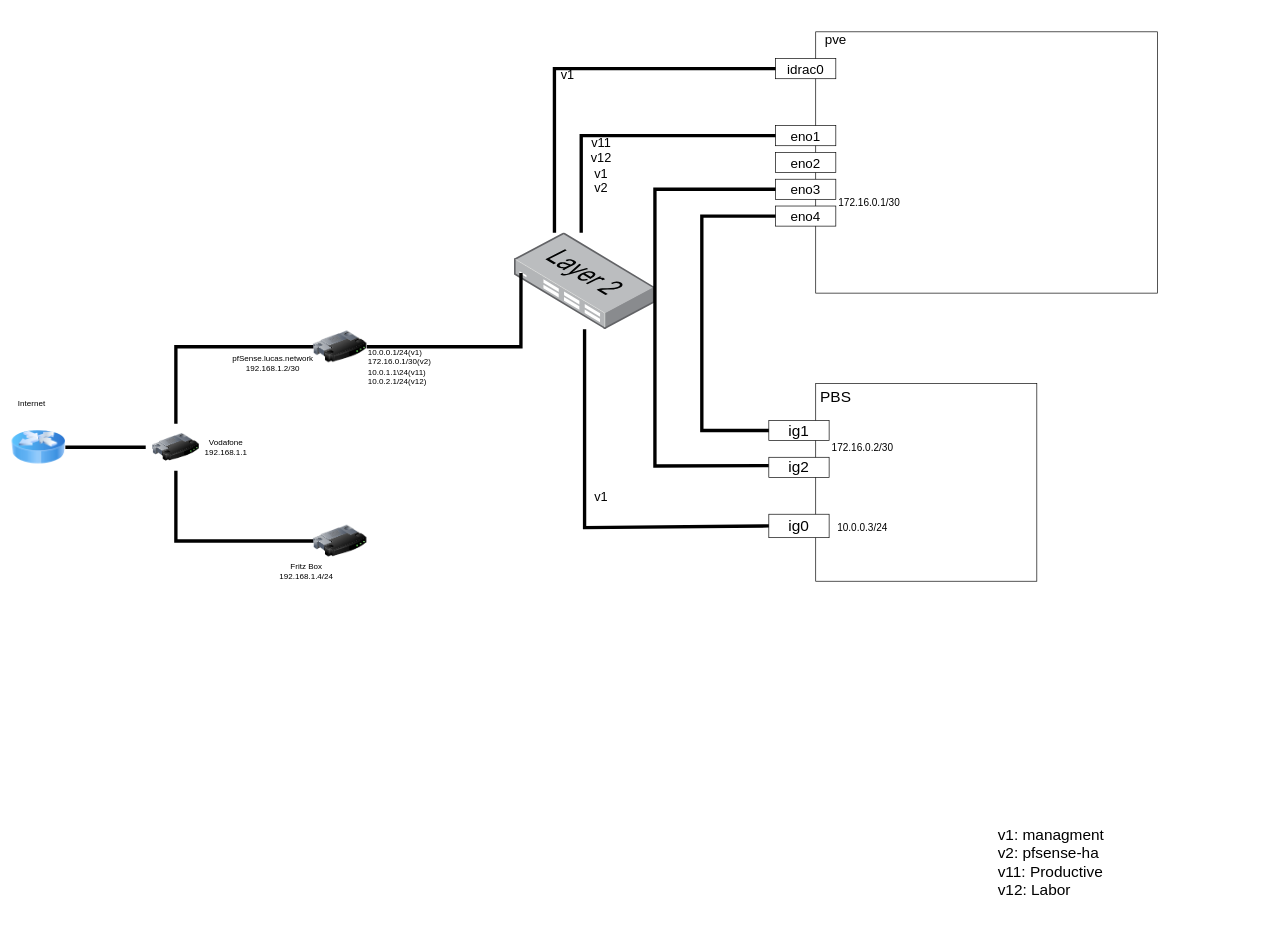
Before: Untitled Diagram.drawio in lucpfi/homelab, a draw.io diagram. Source tidied: cells renumbered, new cells numbered last; positions are measured from the earlier drawing's top-left corner, leaving out a move shared by most shapes. Both pictures are drawn from the tidied source at 67%, with x=0, y=0 at pixel (11, 11).
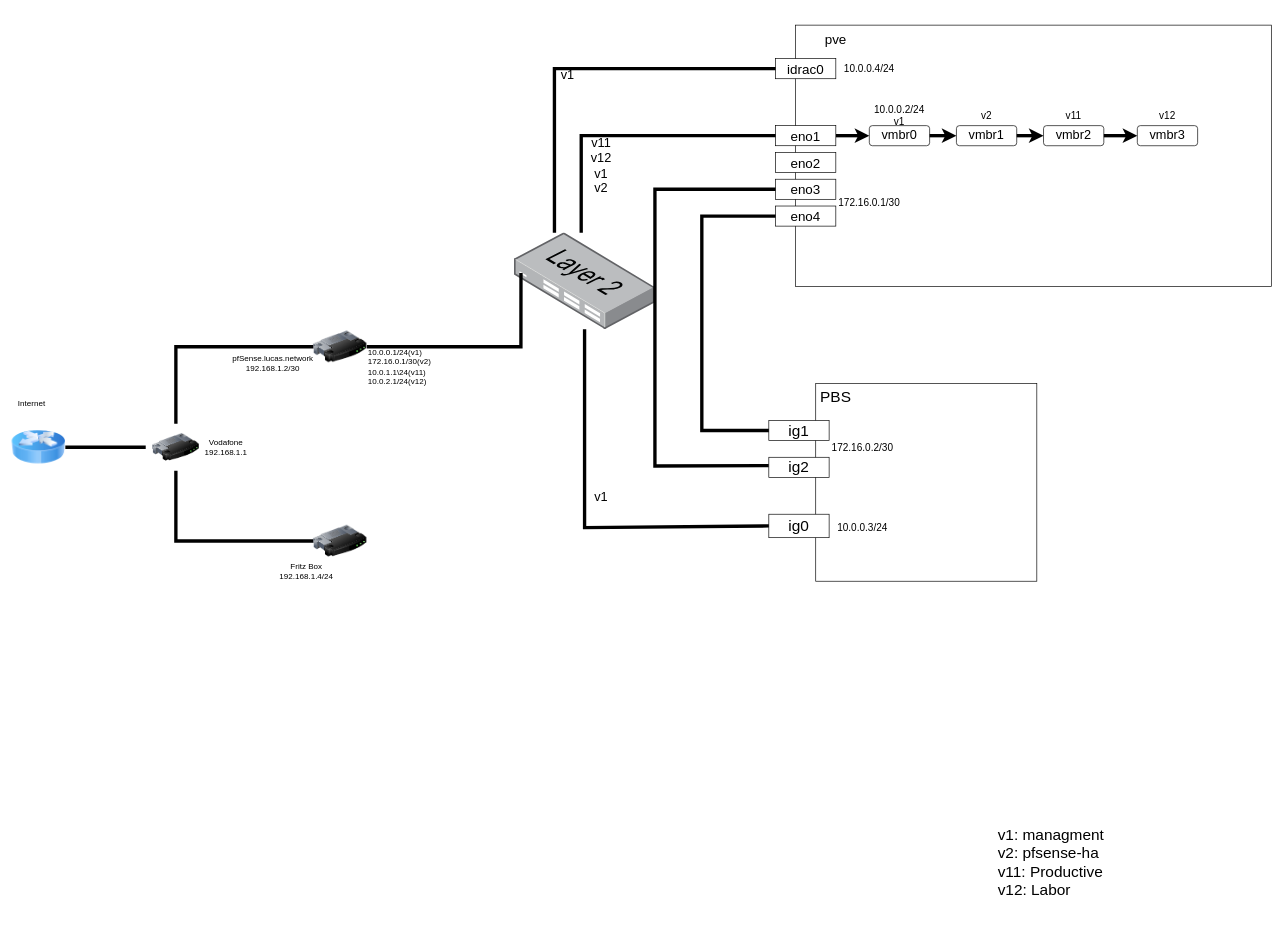
The same diagram, later.

The change refers to these unchanged cells:
```xml
<mxCell id="17" value="eno1" style="rounded=0;whiteSpace=wrap;html=1;fontSize=20;" parent="1" vertex="1">
  <mxGeometry x="1140" y="170" width="90" height="30" as="geometry" />
</mxCell>
```

Diff of the diagram source:
```diff
@@
     <mxCell id="14" style="rounded=0;whiteSpace=wrap;html=1;fontSize=20;" parent="1" vertex="1">
-      <mxGeometry x="1200" y="30" width="510" height="390" as="geometry" />
+      <mxGeometry x="1170" y="20" width="710" height="390" as="geometry" />
     </mxCell>
@@
+    <mxCell id="40" style="edgeStyle=orthogonalEdgeStyle;rounded=0;jettySize=auto;html=1;fontFamily=Helvetica;fontSize=19;fontColor=default;strokeWidth=5;" parent="1" edge="1" source="17" target="43">
+      <mxGeometry relative="1" as="geometry" />
+    </mxCell>
@@
+    <mxCell id="41" value="10.0.0.4/24" style="text;html=1;strokeColor=none;fillColor=none;align=center;verticalAlign=middle;whiteSpace=wrap;rounded=0;fontFamily=Helvetica;fontSize=15;fontColor=default;" parent="1" vertex="1">
+      <mxGeometry x="1230" y="65" width="100" height="40" as="geometry" />
+    </mxCell>
+    <mxCell id="42" style="edgeStyle=orthogonalEdgeStyle;rounded=0;jettySize=auto;html=1;fontFamily=Helvetica;fontSize=19;fontColor=default;strokeWidth=5;" parent="1" edge="1" source="43" target="45">
+      <mxGeometry relative="1" as="geometry" />
+    </mxCell>
+    <mxCell id="43" value="vmbr0" style="rounded=1;whiteSpace=wrap;html=1;fontFamily=Helvetica;fontSize=19;fontColor=default;fillColor=none;gradientColor=none;" parent="1" vertex="1">
+      <mxGeometry x="1280" y="170" width="90" height="30" as="geometry" />
+    </mxCell>
+    <mxCell id="44" style="edgeStyle=orthogonalEdgeStyle;rounded=0;jettySize=auto;html=1;fontFamily=Helvetica;fontSize=19;fontColor=default;strokeWidth=5;" parent="1" edge="1" source="45" target="47">
+      <mxGeometry relative="1" as="geometry" />
+    </mxCell>
+    <mxCell id="45" value="vmbr1" style="rounded=1;whiteSpace=wrap;html=1;fontFamily=Helvetica;fontSize=19;fontColor=default;fillColor=none;gradientColor=none;" parent="1" vertex="1">
+      <mxGeometry x="1410" y="170" width="90" height="30" as="geometry" />
+    </mxCell>
+    <mxCell id="46" style="edgeStyle=orthogonalEdgeStyle;rounded=0;jettySize=auto;html=1;fontFamily=Helvetica;fontSize=15;fontColor=default;strokeWidth=5;" parent="1" edge="1" source="47" target="51">
+      <mxGeometry relative="1" as="geometry" />
+    </mxCell>
+    <mxCell id="47" value="vmbr2" style="rounded=1;whiteSpace=wrap;html=1;fontFamily=Helvetica;fontSize=19;fontColor=default;fillColor=none;gradientColor=none;" parent="1" vertex="1">
+      <mxGeometry x="1540" y="170" width="90" height="30" as="geometry" />
+    </mxCell>
+    <mxCell id="48" value="10.0.0.2/24&lt;br&gt;v1" style="text;html=1;strokeColor=none;fillColor=none;align=center;verticalAlign=middle;whiteSpace=wrap;rounded=0;fontFamily=Helvetica;fontSize=15;fontColor=default;" parent="1" vertex="1">
+      <mxGeometry x="1280" y="140" width="90" height="30" as="geometry" />
+    </mxCell>
+    <mxCell id="49" value="v2" style="text;html=1;strokeColor=none;fillColor=none;align=center;verticalAlign=middle;whiteSpace=wrap;rounded=0;fontFamily=Helvetica;fontSize=15;fontColor=default;" parent="1" vertex="1">
+      <mxGeometry x="1410" y="140" width="90" height="30" as="geometry" />
+    </mxCell>
+    <mxCell id="50" value="v11" style="text;html=1;strokeColor=none;fillColor=none;align=center;verticalAlign=middle;whiteSpace=wrap;rounded=0;fontFamily=Helvetica;fontSize=15;fontColor=default;" parent="1" vertex="1">
+      <mxGeometry x="1540" y="140" width="90" height="30" as="geometry" />
+    </mxCell>
+    <mxCell id="51" value="vmbr3" style="rounded=1;whiteSpace=wrap;html=1;fontFamily=Helvetica;fontSize=19;fontColor=default;fillColor=none;gradientColor=none;" parent="1" vertex="1">
+      <mxGeometry x="1680" y="170" width="90" height="30" as="geometry" />
+    </mxCell>
+    <mxCell id="52" value="v12" style="text;html=1;strokeColor=none;fillColor=none;align=center;verticalAlign=middle;whiteSpace=wrap;rounded=0;fontFamily=Helvetica;fontSize=15;fontColor=default;" parent="1" vertex="1">
+      <mxGeometry x="1680" y="140" width="90" height="30" as="geometry" />
+    </mxCell>
```
